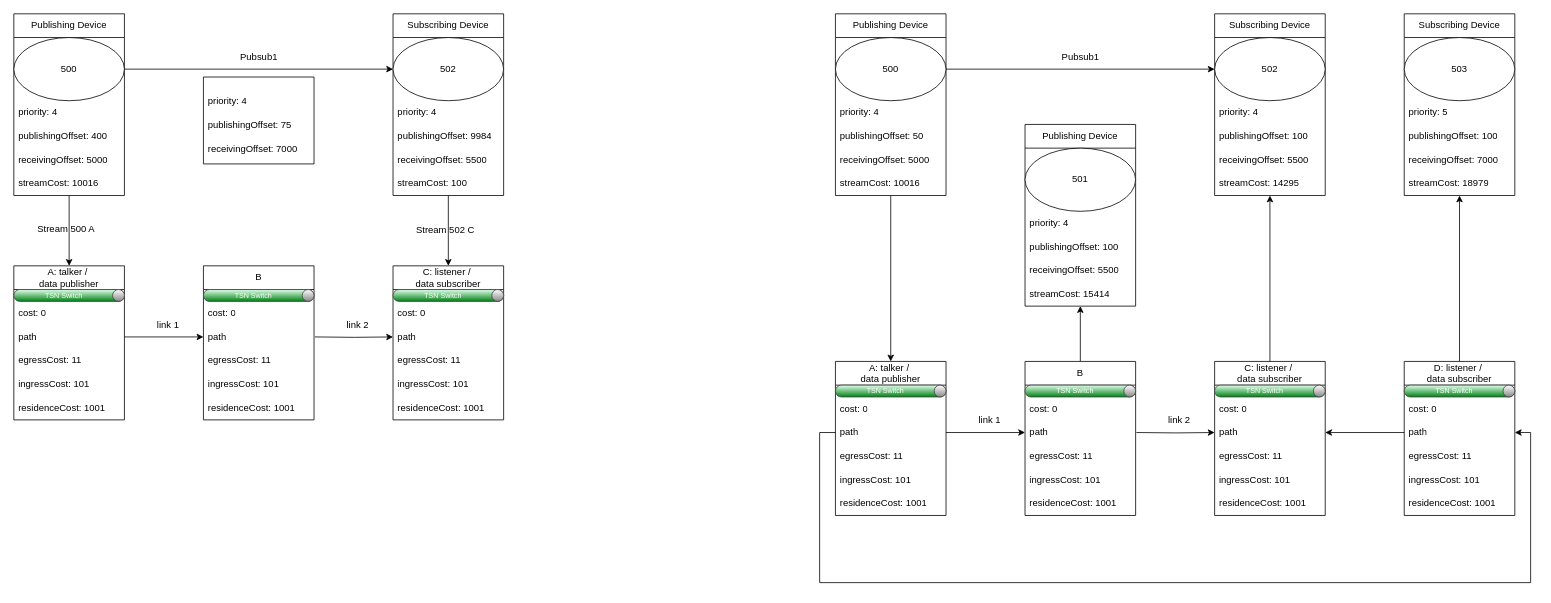
RiemannLee19/UMLs keeps this draw.io diagram as TSN_Calculation.drawio. Above is the earlier version. Source tidied: cells renumbered, new cells numbered last; positions are measured from the earlier drawing's top-left corner, leaving out a move shared by most shapes. Both pictures are drawn from the tidied source at 79%, with x=0, y=0 at pixel (13, 13).
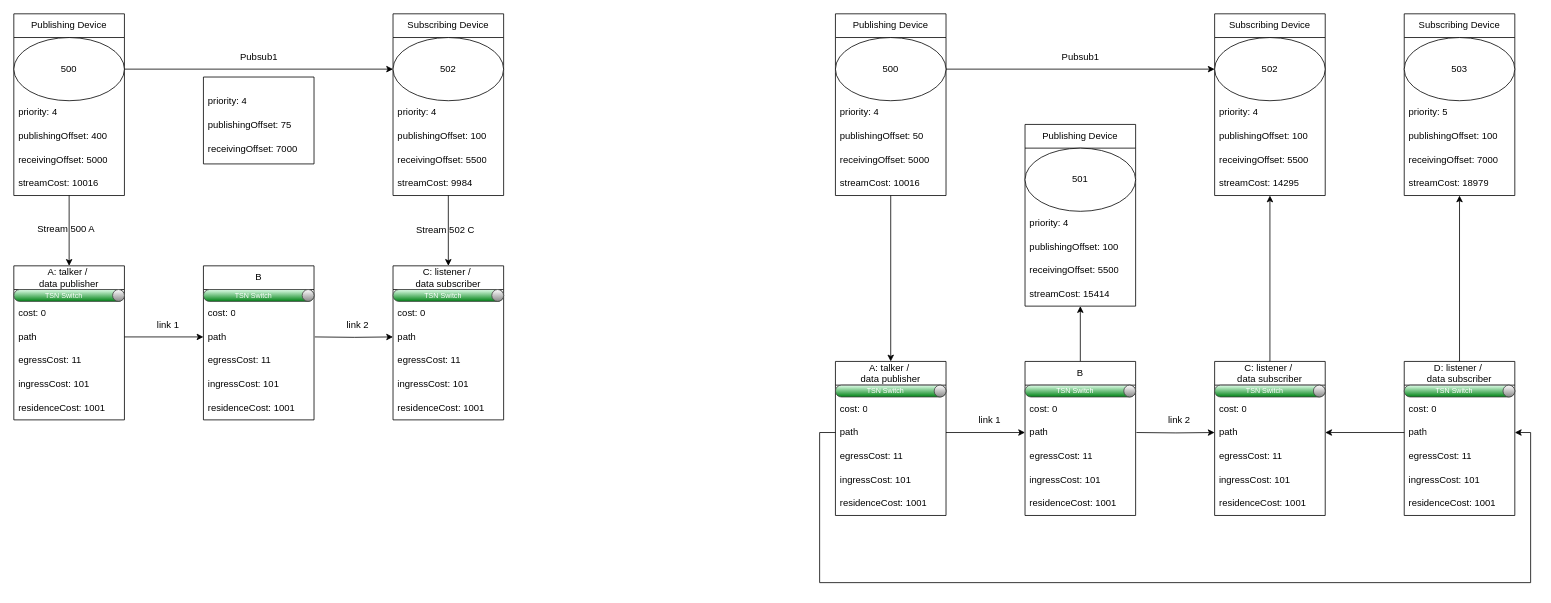
The same page after the edit.

Unchanged cells that the change refers to:
```xml
<mxCell id="35" value="Subscribing Device" style="swimlane;fontStyle=0;horizontal=1;startSize=30;whiteSpace=wrap;html=1;" parent="1" vertex="1">
  <mxGeometry x="480" width="140" height="230" as="geometry" />
</mxCell>
```

The edit, as a diff of the source:
```diff
@@
-    <mxCell id="38" value="publishingOffset: 9984" style="text;strokeColor=none;fillColor=none;align=left;verticalAlign=middle;spacingLeft=4;spacingRight=4;overflow=hidden;whiteSpace=wrap;html=1;" parent="35" vertex="1">
+    <mxCell id="38" value="publishingOffset: 100" style="text;strokeColor=none;fillColor=none;align=left;verticalAlign=middle;spacingLeft=4;spacingRight=4;overflow=hidden;whiteSpace=wrap;html=1;" parent="35" vertex="1">
       <mxGeometry y="140" width="140" height="30" as="geometry" />
     </mxCell>
@@
-    <mxCell id="40" value="streamCost: 100" style="text;strokeColor=none;fillColor=none;align=left;verticalAlign=middle;spacingLeft=4;spacingRight=4;overflow=hidden;whiteSpace=wrap;html=1;" parent="35" vertex="1">
+    <mxCell id="40" value="streamCost: 9984" style="text;strokeColor=none;fillColor=none;align=left;verticalAlign=middle;spacingLeft=4;spacingRight=4;overflow=hidden;whiteSpace=wrap;html=1;" parent="35" vertex="1">
       <mxGeometry y="200" width="140" height="30" as="geometry" />
     </mxCell>
```
